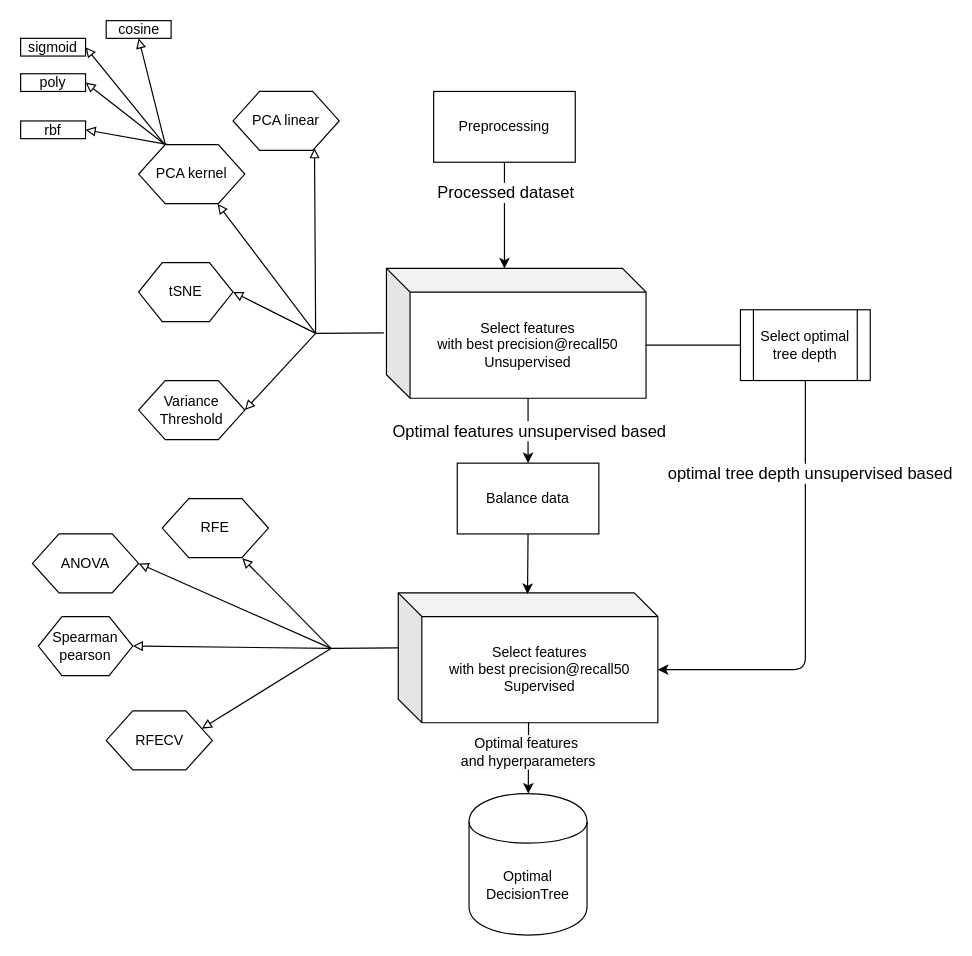
Above: Files/feature-selection-flow.drawio in mohamedhozayen/Protein-Lysine-Methaylation-Classification (draw.io), before the change. Source tidied: cells renumbered, new cells numbered last; positions are measured from the earlier drawing's top-left corner, leaving out a move shared by most shapes. Both pictures are drawn from the tidied source at 118%, with x=0, y=0 at pixel (20, 20).
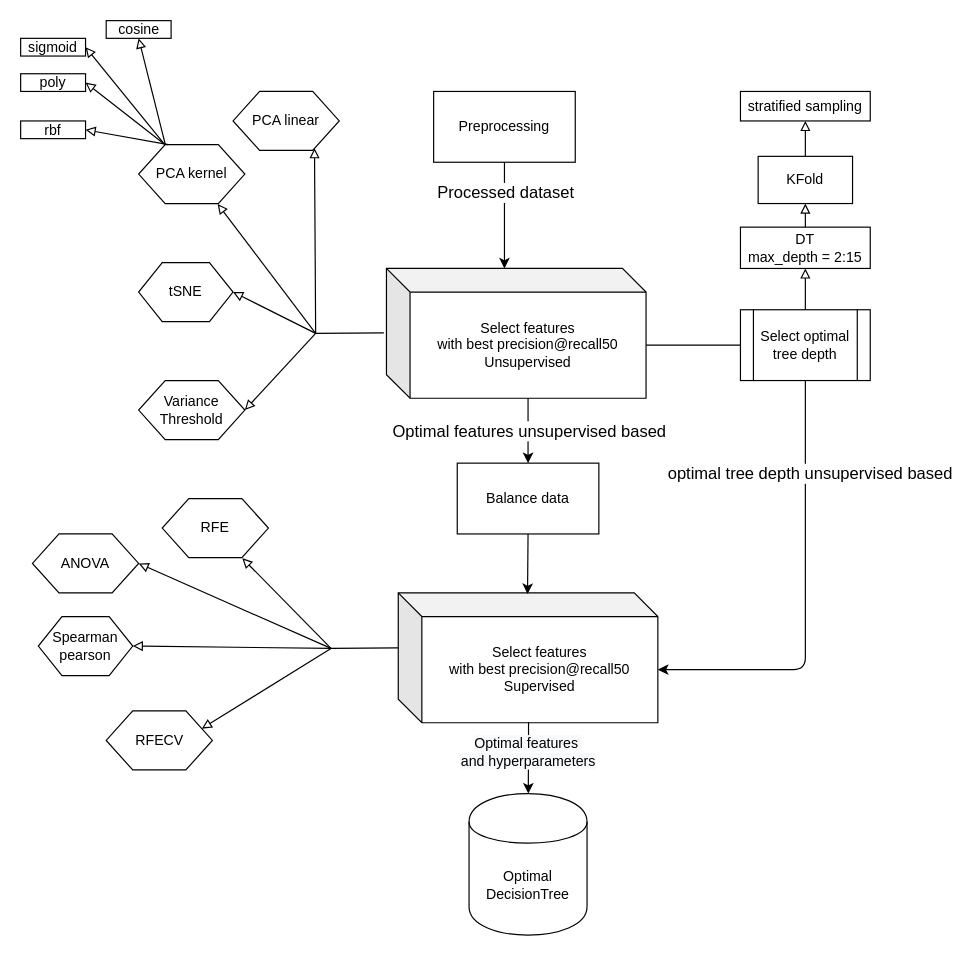
The same diagram, later.

Unchanged cells that the change refers to:
```xml
<mxCell id="13" value="Select optimal tree depth" style="shape=process;whiteSpace=wrap;html=1;backgroundOutline=1;" parent="1" vertex="1">
  <mxGeometry x="610" y="245" width="110" height="60" as="geometry" />
</mxCell>
```

Diff of the diagram source:
```diff
@@
+    <mxCell id="44" style="edgeStyle=orthogonalEdgeStyle;rounded=0;jettySize=auto;html=1;exitX=0.5;exitY=0;exitDx=0;exitDy=0;entryX=0.5;entryY=1;entryDx=0;entryDy=0;endArrow=block;endFill=0;" parent="1" edge="1" source="13" target="49">
+      <mxGeometry relative="1" as="geometry" />
+    </mxCell>
@@
+    <mxCell id="45" style="edgeStyle=orthogonalEdgeStyle;rounded=0;jettySize=auto;html=1;exitX=0.5;exitY=0;exitDx=0;exitDy=0;entryX=0.5;entryY=1;entryDx=0;entryDy=0;endArrow=block;endFill=0;" parent="1" edge="1" source="46" target="47">
+      <mxGeometry relative="1" as="geometry" />
+    </mxCell>
+    <mxCell id="46" value="KFold" style="rounded=0;whiteSpace=wrap;html=1;" parent="1" vertex="1">
+      <mxGeometry x="625" y="115" width="80" height="40" as="geometry" />
+    </mxCell>
+    <mxCell id="47" value="stratified sampling" style="rounded=0;whiteSpace=wrap;html=1;" parent="1" vertex="1">
+      <mxGeometry x="610" y="60" width="110" height="25" as="geometry" />
+    </mxCell>
+    <mxCell id="48" style="edgeStyle=orthogonalEdgeStyle;rounded=0;jettySize=auto;html=1;exitX=0.5;exitY=0;exitDx=0;exitDy=0;entryX=0.5;entryY=1;entryDx=0;entryDy=0;endArrow=block;endFill=0;" parent="1" edge="1" source="49" target="46">
+      <mxGeometry relative="1" as="geometry" />
+    </mxCell>
+    <mxCell id="49" value="DT &lt;br&gt;max_depth = 2:15" style="rounded=0;whiteSpace=wrap;html=1;" parent="1" vertex="1">
+      <mxGeometry x="610" y="175" width="110" height="35" as="geometry" />
+    </mxCell>
```
